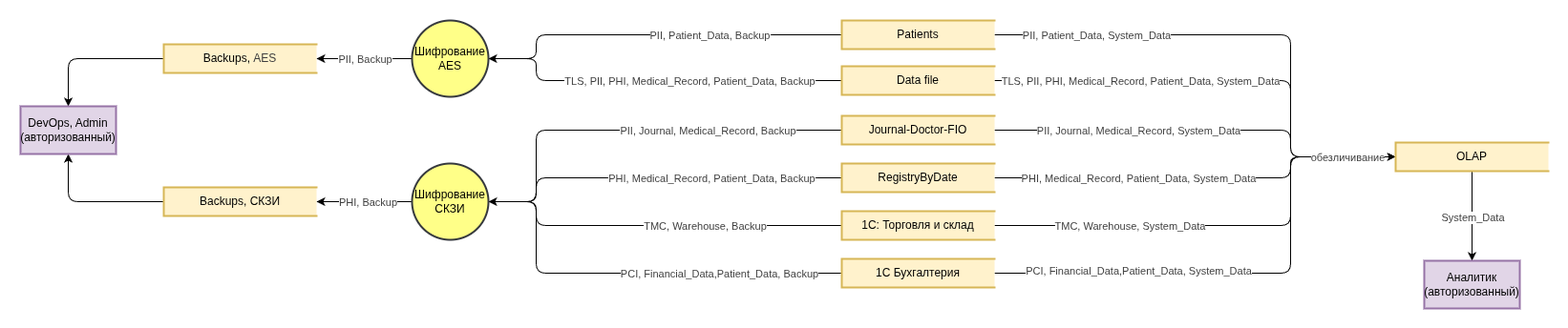
The draw.io diagram task1/diagrams/to-be-tech-data-flow.png in turistigor/yap-arch-task10-pbd-migration, before a commit. Source tidied: cells renumbered, new cells last; positions are measured from the earlier drawing's top-left corner, leaving out a move shared by most shapes.
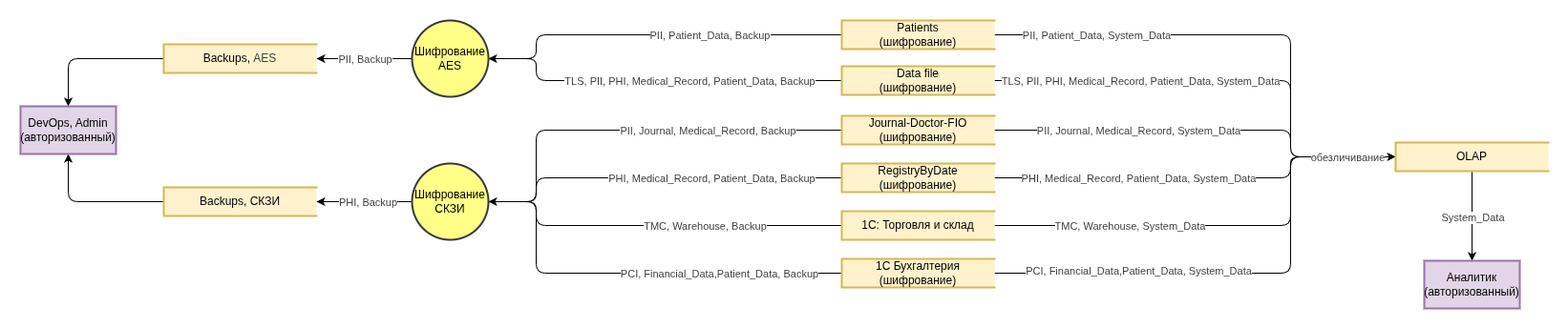
The same diagram one commit later.

Change to the diagram source:
```diff
@@ -28,7 +28,7 @@
         <mxPoint x="-46" y="1" as="offset" />
       </mxGeometry>
     </mxCell>
-    <mxCell id="6" value="Journal-Doctor-FIO" style="html=1;dashed=0;whiteSpace=wrap;shape=partialRectangle;right=0;strokeWidth=2;fillColor=#fff2cc;strokeColor=#d6b656;" parent="1" vertex="1">
+    <mxCell id="6" value="Journal-Doctor-FIO&lt;div&gt;&lt;span style=&quot;color: rgb(0, 0, 0);&quot;&gt;(шифрование)&lt;/span&gt;&lt;/div&gt;" style="html=1;dashed=0;whiteSpace=wrap;shape=partialRectangle;right=0;strokeWidth=2;fillColor=#fff2cc;strokeColor=#d6b656;" parent="1" vertex="1">
       <mxGeometry x="860" y="100" width="160" height="30" as="geometry" />
     </mxCell>
     <mxCell id="7" style="edgeStyle=orthogonalEdgeStyle;html=1;entryX=0;entryY=0.5;entryDx=0;entryDy=0;exitX=1;exitY=0.5;exitDx=0;exitDy=0;" parent="1" edge="1" source="11" target="35">
@@ -57,7 +57,7 @@
         <mxPoint x="-27" y="1" as="offset" />
       </mxGeometry>
     </mxCell>
-    <mxCell id="11" value="Patients" style="html=1;dashed=0;whiteSpace=wrap;shape=partialRectangle;right=0;strokeWidth=2;fillColor=#fff2cc;strokeColor=#d6b656;" parent="1" vertex="1">
+    <mxCell id="11" value="Patients&lt;br&gt;(шифрование)" style="html=1;dashed=0;whiteSpace=wrap;shape=partialRectangle;right=0;strokeWidth=2;fillColor=#fff2cc;strokeColor=#d6b656;" parent="1" vertex="1">
       <mxGeometry x="860" width="160" height="30" as="geometry" />
     </mxCell>
     <mxCell id="12" style="edgeStyle=orthogonalEdgeStyle;html=1;entryX=0;entryY=0.5;entryDx=0;entryDy=0;exitX=1;exitY=0.5;exitDx=0;exitDy=0;" parent="1" edge="1" source="16" target="35">
@@ -86,7 +86,7 @@
         <mxPoint x="-47" y="2" as="offset" />
       </mxGeometry>
     </mxCell>
-    <mxCell id="16" value="&lt;span style=&quot;color: rgb(0, 0, 0); text-align: left;&quot;&gt;Data file&lt;/span&gt;" style="html=1;dashed=0;whiteSpace=wrap;shape=partialRectangle;right=0;strokeWidth=2;fillColor=#fff2cc;strokeColor=#d6b656;" parent="1" vertex="1">
+    <mxCell id="16" value="&lt;span style=&quot;color: rgb(0, 0, 0); text-align: left;&quot;&gt;Data file&lt;/span&gt;&lt;div&gt;&lt;span style=&quot;color: rgb(0, 0, 0); text-align: left;&quot;&gt;&lt;span style=&quot;color: rgb(0, 0, 0); text-align: center;&quot;&gt;(шифрование)&lt;/span&gt;&lt;/span&gt;&lt;/div&gt;" style="html=1;dashed=0;whiteSpace=wrap;shape=partialRectangle;right=0;strokeWidth=2;fillColor=#fff2cc;strokeColor=#d6b656;" parent="1" vertex="1">
       <mxGeometry x="860" y="48" width="160" height="30" as="geometry" />
     </mxCell>
     <mxCell id="17" style="edgeStyle=orthogonalEdgeStyle;html=1;entryX=0;entryY=0.5;entryDx=0;entryDy=0;" parent="1" edge="1" source="21" target="35">
@@ -115,7 +115,7 @@
         <mxPoint x="-33" y="1" as="offset" />
       </mxGeometry>
     </mxCell>
-    <mxCell id="21" value="&lt;span style=&quot;color: rgb(0, 0, 0); text-align: left;&quot;&gt;RegistryByDate&lt;/span&gt;" style="html=1;dashed=0;whiteSpace=wrap;shape=partialRectangle;right=0;strokeWidth=2;fillColor=#fff2cc;strokeColor=#d6b656;" parent="1" vertex="1">
+    <mxCell id="21" value="&lt;span style=&quot;color: rgb(0, 0, 0); text-align: left;&quot;&gt;RegistryByDate&lt;/span&gt;&lt;div&gt;&lt;span style=&quot;color: rgb(0, 0, 0); text-align: left;&quot;&gt;&lt;span style=&quot;color: rgb(0, 0, 0); text-align: center;&quot;&gt;(шифрование)&lt;/span&gt;&lt;/span&gt;&lt;/div&gt;" style="html=1;dashed=0;whiteSpace=wrap;shape=partialRectangle;right=0;strokeWidth=2;fillColor=#fff2cc;strokeColor=#d6b656;" parent="1" vertex="1">
       <mxGeometry x="860" y="150" width="160" height="30" as="geometry" />
     </mxCell>
     <mxCell id="22" style="edgeStyle=orthogonalEdgeStyle;html=1;entryX=0;entryY=0.5;entryDx=0;entryDy=0;exitX=1;exitY=0.5;exitDx=0;exitDy=0;" parent="1" edge="1" source="26" target="35">
@@ -178,7 +178,7 @@
         <mxPoint x="-28" as="offset" />
       </mxGeometry>
     </mxCell>
-    <mxCell id="32" value="&lt;span style=&quot;color: rgb(0, 0, 0); text-align: left;&quot;&gt;1С Бухгалтерия&lt;/span&gt;" style="html=1;dashed=0;whiteSpace=wrap;shape=partialRectangle;right=0;strokeWidth=2;fillColor=#fff2cc;strokeColor=#d6b656;" parent="1" vertex="1">
+    <mxCell id="32" value="&lt;span style=&quot;color: rgb(0, 0, 0); text-align: left;&quot;&gt;1С Бухгалтерия&lt;/span&gt;&lt;div&gt;&lt;span style=&quot;color: rgb(0, 0, 0); text-align: left;&quot;&gt;&lt;span style=&quot;color: rgb(0, 0, 0); text-align: center;&quot;&gt;(шифрование)&lt;/span&gt;&lt;/span&gt;&lt;/div&gt;" style="html=1;dashed=0;whiteSpace=wrap;shape=partialRectangle;right=0;strokeWidth=2;fillColor=#fff2cc;strokeColor=#d6b656;" parent="1" vertex="1">
       <mxGeometry x="860" y="250" width="160" height="30" as="geometry" />
     </mxCell>
     <mxCell id="33" style="edgeStyle=none;html=1;" parent="1" edge="1" source="35" target="46">
```
